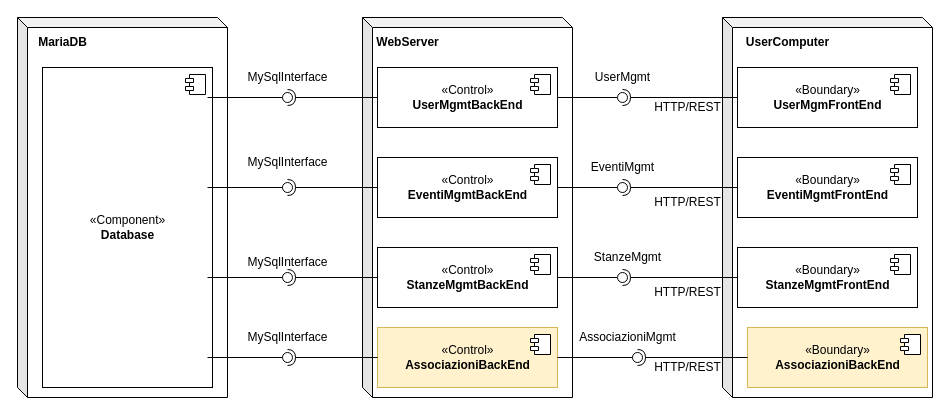
GionathaPirola/Progetto_PAC-GESA keeps this draw.io diagram as Iterazione 3/DeploymentDiagram.drawio. Above is the earlier version. Source tidied: cells renumbered, new cells numbered last; positions are measured from the earlier drawing's top-left corner, leaving out a move shared by most shapes. Both pictures are drawn from the tidied source at 100%, with x=0, y=0 at pixel (17, 17).
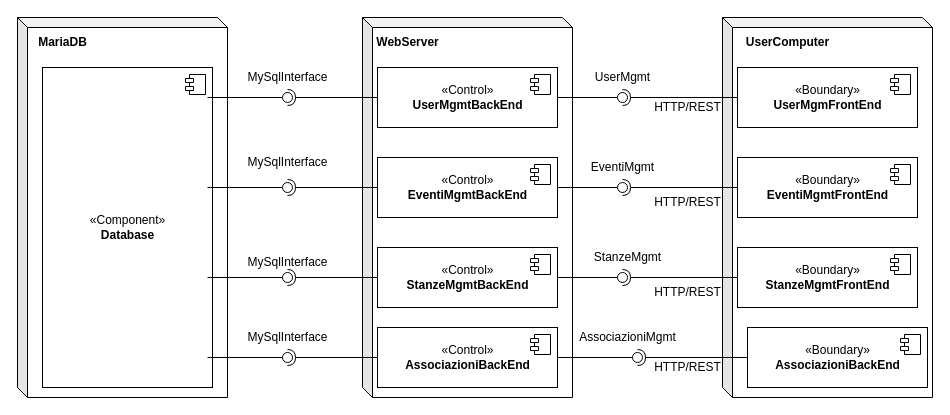
The same diagram, later.

The edit, as a diff of the source:
```diff
@@
-    <mxCell id="52" value="«Control»&lt;br&gt;&lt;b&gt;AssociazioniBackEnd&lt;/b&gt;" style="html=1;fillColor=#fff2cc;strokeColor=#d6b656;" parent="1" vertex="1">
+    <mxCell id="52" value="«Control»&lt;br&gt;&lt;b&gt;AssociazioniBackEnd&lt;/b&gt;" style="html=1;" parent="1" vertex="1">
       <mxGeometry x="360" y="310" width="180" height="60" as="geometry" />
     </mxCell>
@@
-    <mxCell id="54" value="«Boundary»&lt;br&gt;&lt;b&gt;AssociazioniBackEnd&lt;/b&gt;" style="html=1;fillColor=#fff2cc;strokeColor=#d6b656;" parent="1" vertex="1">
+    <mxCell id="54" value="«Boundary»&lt;br&gt;&lt;b&gt;AssociazioniBackEnd&lt;/b&gt;" style="html=1;" parent="1" vertex="1">
       <mxGeometry x="730" y="310" width="180" height="60" as="geometry" />
     </mxCell>
```
